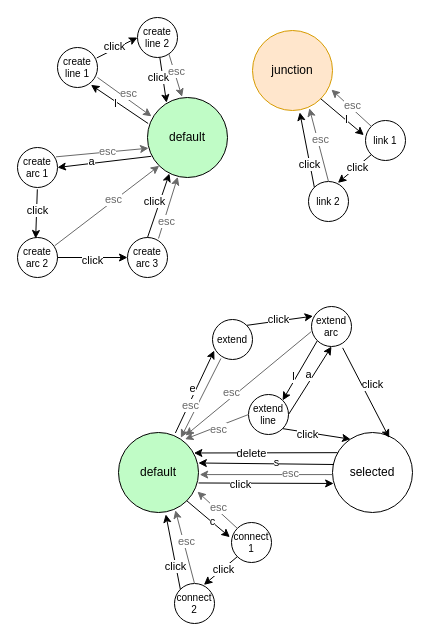
Before: state_diagrams.drawio in sunminni/libOpenDRIVE-Mapmaker, a draw.io diagram. Source tidied: cells renumbered, new cells numbered last; positions are measured from the earlier drawing's top-left corner, leaving out a move shared by most shapes. Both pictures are drawn from the tidied source at 100%, with x=0, y=0 at pixel (17, 17).
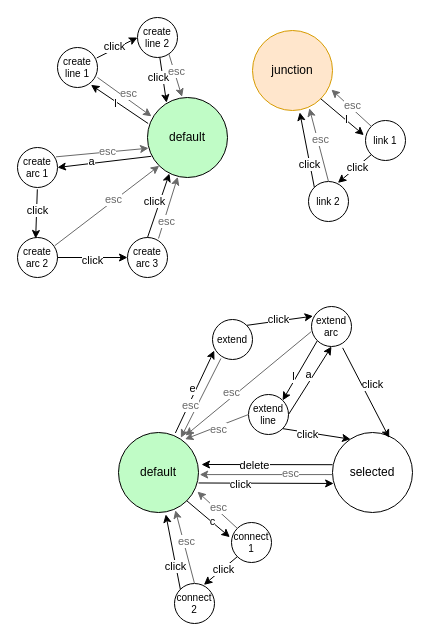
The same diagram, later.

The change refers to these unchanged cells:
```xml
<mxCell id="32" value="default" style="ellipse;whiteSpace=wrap;html=1;fillColor=#C0FCC6;" parent="1" vertex="1">
  <mxGeometry x="101" y="415" width="80" height="80" as="geometry" />
</mxCell>
<mxCell id="33" value="selected" style="ellipse;whiteSpace=wrap;html=1;" parent="1" vertex="1">
  <mxGeometry x="315" y="415" width="80" height="80" as="geometry" />
</mxCell>
```

Change to the diagram source:
```diff
@@
-    <mxCell id="43" style="endArrow=classic;html=1;rounded=0;exitX=0.019;exitY=0.325;exitDx=0;exitDy=0;entryX=0.998;entryY=0.381;entryDx=0;entryDy=0;entryPerimeter=0;exitPerimeter=0;" parent="1" edge="1" target="32">
-      <mxGeometry relative="1" as="geometry">
-        <mxPoint x="316.5" y="447" as="sourcePoint" />
-      </mxGeometry>
-    </mxCell>
-    <mxCell id="44" value="s" style="edgeLabel;html=1;align=center;verticalAlign=middle;" parent="43" vertex="1">
-      <mxGeometry x="0.15" relative="1" as="geometry">
-        <mxPoint x="20" y="-2" as="offset" />
-      </mxGeometry>
-    </mxCell>
@@
-    <mxCell id="52" style="endArrow=classic;html=1;rounded=0;exitX=0.063;exitY=0.252;exitDx=0;exitDy=0;entryX=0.942;entryY=0.231;entryDx=0;entryDy=0;entryPerimeter=0;exitPerimeter=0;" parent="1" edge="1" source="33">
+    <mxCell id="52" style="endArrow=classic;html=1;rounded=0;exitX=0.063;exitY=0.252;exitDx=0;exitDy=0;exitPerimeter=0;" parent="1" edge="1">
       <mxGeometry relative="1" as="geometry">
-        <mxPoint x="176.4" y="435.5" as="targetPoint" />
+        <mxPoint x="315" y="447.2" as="sourcePoint" />
+        <mxPoint x="184" y="447" as="targetPoint" />
       </mxGeometry>
     </mxCell>
```
